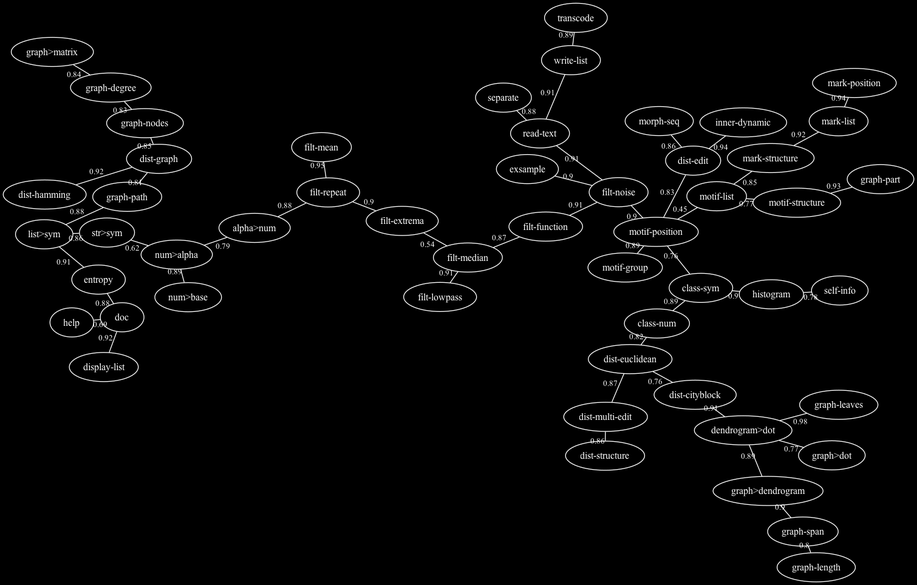
Before: doc/pictures/refrains-docstrings.png, a diagram exported from Graphviz (FredVoisin/refrains). Its source is kept beside it as doc/pictures/refrains-docstrings.dot.
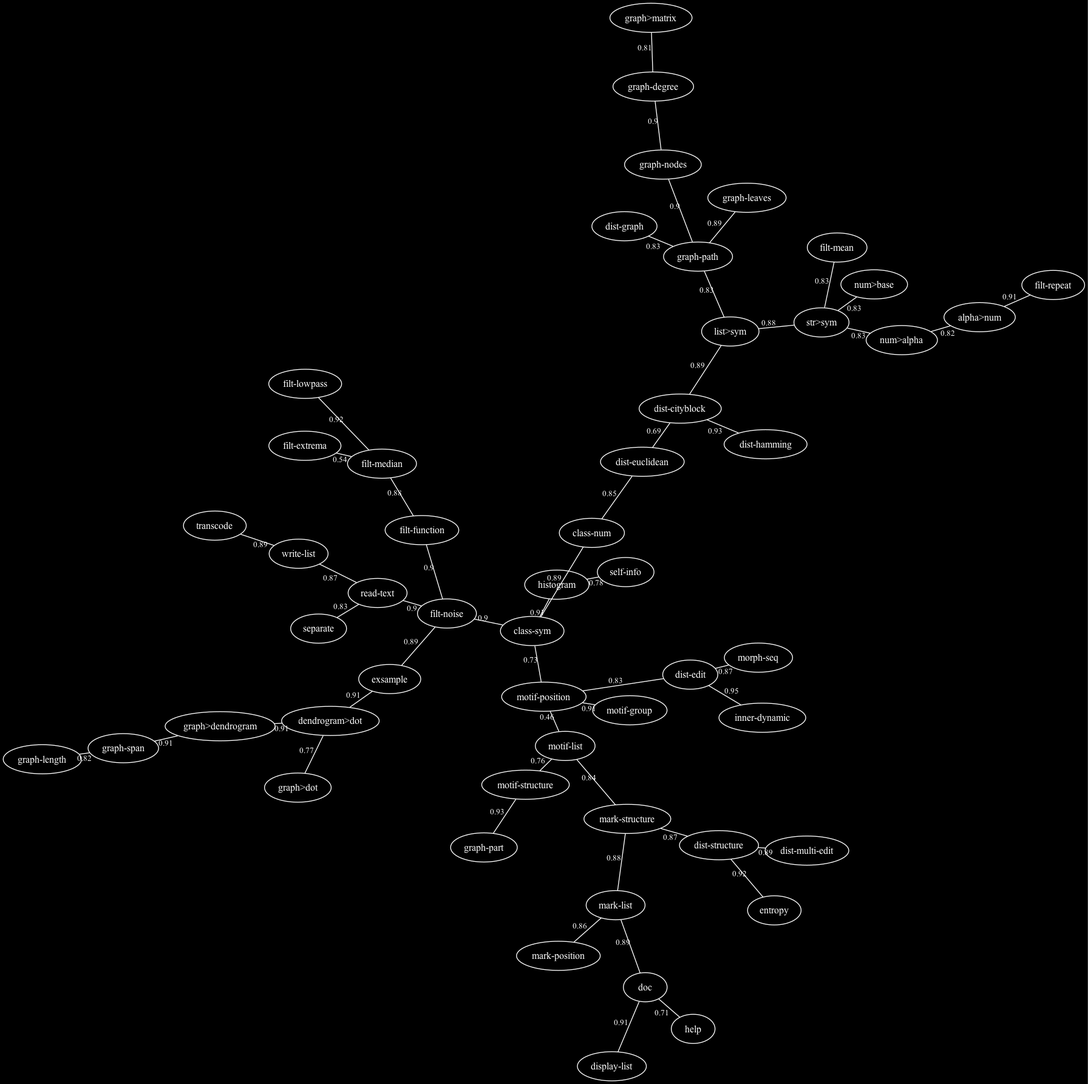
Above is the later version.

Commit message:
Function trees: cleaner vocabulary, variants merged into generic terms

Diff of the diagram source:
```diff
@@ -1,58 +1,58 @@
 graph "refrains-docstrings" {
-/* generated with refrains:graph>dot, 24 Oct 2026 20:04:50 */
+/* generated with refrains:graph>dot, 24 Oct 2026 20:20:20 */
  graph [overlap="false", sep="+4"];
  graph [bgcolor=black];
  node [shape="ellipse", font=Helvetica, fontsize=12, color=white, fontcolor=white];
  edge [font=Helvetica,fontsize=10, color=white, fontcolor=white, labelfloat=true];
- "motif-list" -- "motif-position" [w=1, len=0.450000, label="0.45"];
+ "motif-list" -- "motif-position" [w=1, len=0.460000, label="0.46"];
  "filt-extrema" -- "filt-median" [w=1, len=0.540000, label="0.54"];
- "num>alpha" -- "str>sym" [w=1, len=0.620000, label="0.62"];
- "doc" -- "help" [w=1, len=0.690000, label="0.69"];
- "class-sym" -- "motif-position" [w=1, len=0.760000, label="0.76"];
- "dist-cityblock" -- "dist-euclidean" [w=1, len=0.760000, label="0.76"];
+ "dist-cityblock" -- "dist-euclidean" [w=1, len=0.690000, label="0.69"];
+ "doc" -- "help" [w=1, len=0.710000, label="0.71"];
+ "class-sym" -- "motif-position" [w=1, len=0.730000, label="0.73"];
+ "motif-list" -- "motif-structure" [w=1, len=0.760000, label="0.76"];
  "dendrogram>dot" -- "graph>dot" [w=1, len=0.770000, label="0.77"];
- "motif-list" -- "motif-structure" [w=1, len=0.770000, label="0.77"];
  "histogram" -- "self-info" [w=1, len=0.780000, label="0.78"];
- "alpha>num" -- "num>alpha" [w=1, len=0.790000, label="0.79"];
- "graph-length" -- "graph-span" [w=1, len=0.800000, label="0.8"];
- "dist-graph" -- "graph-path" [w=1, len=0.810000, label="0.81"];
- "class-num" -- "dist-euclidean" [w=1, len=0.820000, label="0.82"];
+ "graph-degree" -- "graph>matrix" [w=1, len=0.810000, label="0.81"];
+ "alpha>num" -- "num>alpha" [w=1, len=0.820000, label="0.82"];
+ "graph-length" -- "graph-span" [w=1, len=0.820000, label="0.82"];
  "dist-edit" -- "motif-position" [w=1, len=0.830000, label="0.83"];
- "graph-degree" -- "graph-nodes" [w=1, len=0.830000, label="0.83"];
- "graph-degree" -- "graph>matrix" [w=1, len=0.840000, label="0.84"];
- "dist-graph" -- "graph-nodes" [w=1, len=0.850000, label="0.85"];
- "mark-structure" -- "motif-list" [w=1, len=0.850000, label="0.85"];
- "dist-edit" -- "morph-seq" [w=1, len=0.860000, label="0.86"];
- "dist-multi-edit" -- "dist-structure" [w=1, len=0.860000, label="0.86"];
- "list>sym" -- "str>sym" [w=1, len=0.860000, label="0.86"];
- "dist-euclidean" -- "dist-multi-edit" [w=1, len=0.870000, label="0.87"];
- "filt-function" -- "filt-median" [w=1, len=0.870000, label="0.87"];
- "alpha>num" -- "filt-repeat" [w=1, len=0.880000, label="0.88"];
- "doc" -- "entropy" [w=1, len=0.880000, label="0.88"];
- "graph-path" -- "list>sym" [w=1, len=0.880000, label="0.88"];
- "read-text" -- "separate" [w=1, len=0.880000, label="0.88"];
+ "dist-graph" -- "graph-path" [w=1, len=0.830000, label="0.83"];
+ "filt-mean" -- "str>sym" [w=1, len=0.830000, label="0.83"];
+ "graph-path" -- "list>sym" [w=1, len=0.830000, label="0.83"];
+ "num>alpha" -- "str>sym" [w=1, len=0.830000, label="0.83"];
+ "num>base" -- "str>sym" [w=1, len=0.830000, label="0.83"];
+ "read-text" -- "separate" [w=1, len=0.830000, label="0.83"];
+ "mark-structure" -- "motif-list" [w=1, len=0.840000, label="0.84"];
+ "class-num" -- "dist-euclidean" [w=1, len=0.850000, label="0.85"];
+ "mark-list" -- "mark-position" [w=1, len=0.860000, label="0.86"];
+ "dist-edit" -- "morph-seq" [w=1, len=0.870000, label="0.87"];
+ "dist-structure" -- "mark-structure" [w=1, len=0.870000, label="0.87"];
+ "read-text" -- "write-list" [w=1, len=0.870000, label="0.87"];
+ "filt-function" -- "filt-median" [w=1, len=0.880000, label="0.88"];
+ "list>sym" -- "str>sym" [w=1, len=0.880000, label="0.88"];
+ "mark-list" -- "mark-structure" [w=1, len=0.880000, label="0.88"];
  "class-num" -- "class-sym" [w=1, len=0.890000, label="0.89"];
- "dendrogram>dot" -- "graph>dendrogram" [w=1, len=0.890000, label="0.89"];
- "motif-group" -- "motif-position" [w=1, len=0.890000, label="0.89"];
- "num>alpha" -- "num>base" [w=1, len=0.890000, label="0.89"];
+ "dist-cityblock" -- "list>sym" [w=1, len=0.890000, label="0.89"];
+ "dist-multi-edit" -- "dist-structure" [w=1, len=0.890000, label="0.89"];
+ "doc" -- "mark-list" [w=1, len=0.890000, label="0.89"];
+ "exsample" -- "filt-noise" [w=1, len=0.890000, label="0.89"];
+ "graph-leaves" -- "graph-path" [w=1, len=0.890000, label="0.89"];
  "transcode" -- "write-list" [w=1, len=0.890000, label="0.89"];
- "class-sym" -- "histogram" [w=1, len=0.900000, label="0.9"];
- "exsample" -- "filt-noise" [w=1, len=0.900000, label="0.9"];
- "filt-extrema" -- "filt-repeat" [w=1, len=0.900000, label="0.9"];
- "filt-noise" -- "motif-position" [w=1, len=0.900000, label="0.9"];
- "graph-span" -- "graph>dendrogram" [w=1, len=0.900000, label="0.9"];
- "dendrogram>dot" -- "dist-cityblock" [w=1, len=0.910000, label="0.91"];
- "entropy" -- "list>sym" [w=1, len=0.910000, label="0.91"];
- "filt-function" -- "filt-noise" [w=1, len=0.910000, label="0.91"];
- "filt-lowpass" -- "filt-median" [w=1, len=0.910000, label="0.91"];
- "filt-noise" -- "read-text" [w=1, len=0.910000, label="0.91"];
- "read-text" -- "write-list" [w=1, len=0.910000, label="0.91"];
- "display-list" -- "doc" [w=1, len=0.920000, label="0.92"];
- "dist-graph" -- "dist-hamming" [w=1, len=0.920000, label="0.92"];
- "mark-list" -- "mark-structure" [w=1, len=0.920000, label="0.92"];
+ "class-sym" -- "filt-noise" [w=1, len=0.900000, label="0.9"];
+ "filt-function" -- "filt-noise" [w=1, len=0.900000, label="0.9"];
+ "filt-noise" -- "read-text" [w=1, len=0.900000, label="0.9"];
+ "graph-degree" -- "graph-nodes" [w=1, len=0.900000, label="0.9"];
+ "graph-nodes" -- "graph-path" [w=1, len=0.900000, label="0.9"];
+ "alpha>num" -- "filt-repeat" [w=1, len=0.910000, label="0.91"];
+ "class-sym" -- "histogram" [w=1, len=0.910000, label="0.91"];
+ "dendrogram>dot" -- "exsample" [w=1, len=0.910000, label="0.91"];
+ "dendrogram>dot" -- "graph>dendrogram" [w=1, len=0.910000, label="0.91"];
+ "display-list" -- "doc" [w=1, len=0.910000, label="0.91"];
+ "graph-span" -- "graph>dendrogram" [w=1, len=0.910000, label="0.91"];
+ "motif-group" -- "motif-position" [w=1, len=0.910000, label="0.91"];
+ "dist-structure" -- "entropy" [w=1, len=0.920000, label="0.92"];
+ "filt-lowpass" -- "filt-median" [w=1, len=0.920000, label="0.92"];
+ "dist-cityblock" -- "dist-hamming" [w=1, len=0.930000, label="0.93"];
  "graph-part" -- "motif-structure" [w=1, len=0.930000, label="0.93"];
- "dist-edit" -- "inner-dynamic" [w=1, len=0.940000, label="0.94"];
- "mark-list" -- "mark-position" [w=1, len=0.940000, label="0.94"];
- "filt-mean" -- "filt-repeat" [w=1, len=0.950000, label="0.95"];
- "dendrogram>dot" -- "graph-leaves" [w=1, len=0.980000, label="0.98"];
+ "dist-edit" -- "inner-dynamic" [w=1, len=0.950000, label="0.95"];
 }
```
